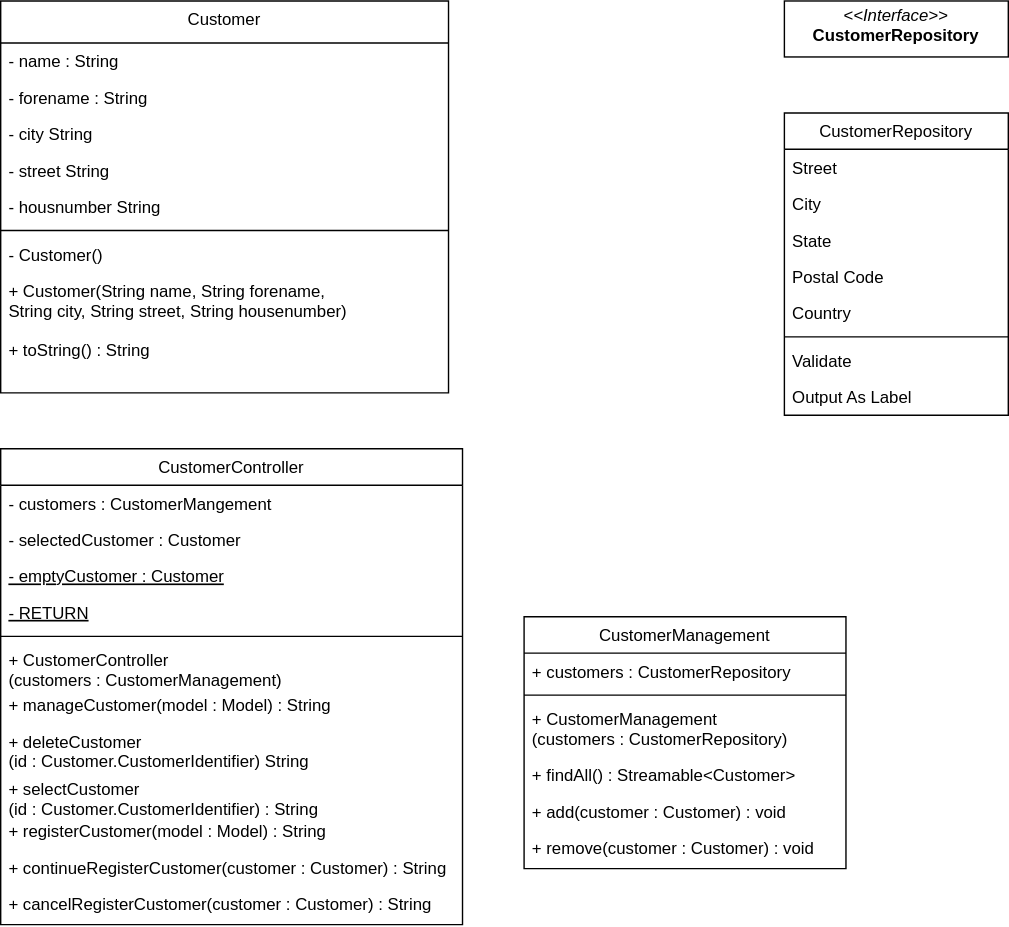
The draw.io diagram diagrams SWP/Klassendiagramm Customer.drawio.svg in StarSkiller/Diagrams, before a commit. Source tidied: cells renumbered, new cells last; positions are measured from the earlier drawing's top-left corner, leaving out a move shared by most shapes.
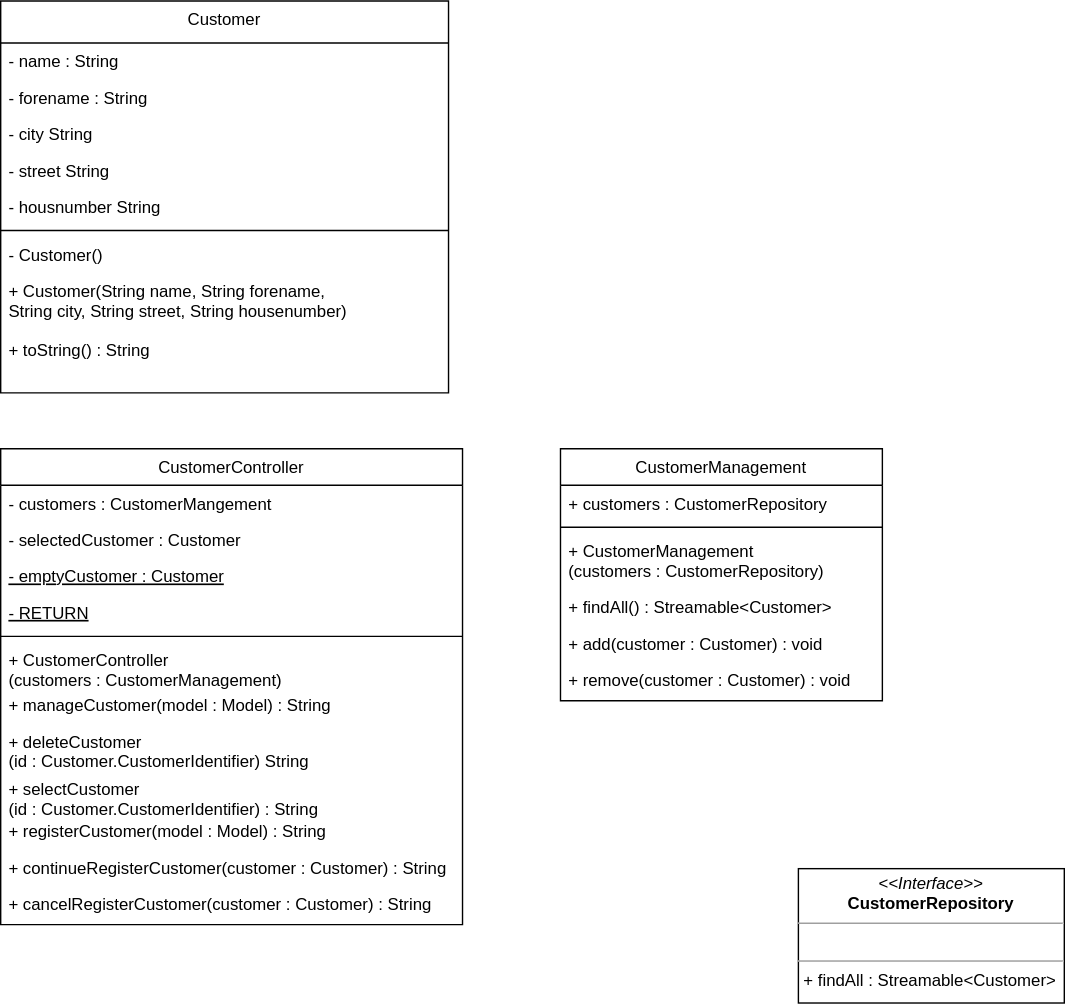
Later version of the same file.

The edit, as a diff of the source:
```diff
@@ -72,7 +72,7 @@
       <mxGeometry y="312" width="330" height="26" as="geometry" />
     </mxCell>
     <mxCell id="25" value="CustomerManagement" style="swimlane;fontStyle=0;align=center;verticalAlign=top;horizontal=1;startSize=26;rounded=0;shadow=0;strokeWidth=1;" parent="1" vertex="1">
-      <mxGeometry x="374" y="440" width="230" height="180" as="geometry" />
+      <mxGeometry x="400" y="320" width="230" height="180" as="geometry" />
     </mxCell>
     <mxCell id="26" value="+ customers : CustomerRepository" style="text;align=left;verticalAlign=top;spacingLeft=4;spacingRight=4;overflow=hidden;" parent="25" vertex="1">
       <mxGeometry y="26" width="230" height="26" as="geometry" />
@@ -92,35 +92,8 @@
     <mxCell id="31" value="+ remove(customer : Customer) : void" style="text;align=left;verticalAlign=top;spacingLeft=4;spacingRight=4;overflow=hidden;" parent="25" vertex="1">
       <mxGeometry y="152" width="230" height="26" as="geometry" />
     </mxCell>
-    <mxCell id="32" value="CustomerRepository" style="swimlane;fontStyle=0;align=center;verticalAlign=top;horizontal=1;startSize=26;rounded=0;shadow=0;strokeWidth=1;" parent="1" vertex="1">
-      <mxGeometry x="560" y="80" width="160" height="216" as="geometry" />
-    </mxCell>
-    <mxCell id="33" value="Street" style="text;align=left;verticalAlign=top;spacingLeft=4;spacingRight=4;overflow=hidden;" parent="32" vertex="1">
-      <mxGeometry y="26" width="160" height="26" as="geometry" />
-    </mxCell>
-    <mxCell id="34" value="City" style="text;align=left;verticalAlign=top;spacingLeft=4;spacingRight=4;overflow=hidden;rounded=0;shadow=0;html=0;" parent="32" vertex="1">
-      <mxGeometry y="52" width="160" height="26" as="geometry" />
-    </mxCell>
-    <mxCell id="35" value="State" style="text;align=left;verticalAlign=top;spacingLeft=4;spacingRight=4;overflow=hidden;rounded=0;shadow=0;html=0;" parent="32" vertex="1">
-      <mxGeometry y="78" width="160" height="26" as="geometry" />
-    </mxCell>
-    <mxCell id="36" value="Postal Code" style="text;align=left;verticalAlign=top;spacingLeft=4;spacingRight=4;overflow=hidden;rounded=0;shadow=0;html=0;" parent="32" vertex="1">
-      <mxGeometry y="104" width="160" height="26" as="geometry" />
-    </mxCell>
-    <mxCell id="37" value="Country" style="text;align=left;verticalAlign=top;spacingLeft=4;spacingRight=4;overflow=hidden;rounded=0;shadow=0;html=0;" parent="32" vertex="1">
-      <mxGeometry y="130" width="160" height="26" as="geometry" />
-    </mxCell>
-    <mxCell id="38" style="line;html=1;strokeWidth=1;align=left;verticalAlign=middle;spacingTop=-1;spacingLeft=3;spacingRight=3;labelPosition=right;" parent="32" vertex="1">
-      <mxGeometry y="156" width="160" height="8" as="geometry" />
-    </mxCell>
-    <mxCell id="39" value="Validate" style="text;align=left;verticalAlign=top;spacingLeft=4;spacingRight=4;overflow=hidden;" parent="32" vertex="1">
-      <mxGeometry y="164" width="160" height="26" as="geometry" />
-    </mxCell>
-    <mxCell id="40" value="Output As Label" style="text;align=left;verticalAlign=top;spacingLeft=4;spacingRight=4;overflow=hidden;" parent="32" vertex="1">
-      <mxGeometry y="190" width="160" height="26" as="geometry" />
-    </mxCell>
-    <mxCell id="41" value="&lt;p style=&quot;margin:0px;margin-top:4px;text-align:center;&quot;&gt;&lt;i&gt;&amp;lt;&amp;lt;Interface&amp;gt;&amp;gt;&lt;/i&gt;&lt;br&gt;&lt;b&gt;CustomerRepository&lt;/b&gt;&lt;/p&gt;" style="verticalAlign=top;align=left;overflow=fill;fontSize=12;fontFamily=Helvetica;html=1;" parent="1" vertex="1">
-      <mxGeometry x="560" width="160" height="40" as="geometry" />
-    </mxCell>
+    <mxCell id="42" value="&lt;p style=&quot;margin:0px;margin-top:4px;text-align:center;&quot;&gt;&lt;i&gt;&amp;lt;&amp;lt;Interface&amp;gt;&amp;gt;&lt;/i&gt;&lt;br&gt;&lt;b&gt;CustomerRepository&lt;/b&gt;&lt;/p&gt;&lt;hr size=&quot;1&quot;&gt;&lt;p style=&quot;margin:0px;margin-left:4px;&quot;&gt;&lt;br&gt;&lt;/p&gt;&lt;hr size=&quot;1&quot;&gt;&lt;p style=&quot;margin:0px;margin-left:4px;&quot;&gt;+ findAll : Streamable&amp;lt;Customer&amp;gt;&lt;br&gt;&lt;/p&gt;" style="verticalAlign=top;align=left;overflow=fill;fontSize=12;fontFamily=Helvetica;html=1;" parent="1" vertex="1">
+      <mxGeometry x="570" y="620" width="190" height="96" as="geometry" />
+    </mxCell>
   </root>
 </mxGraphModel>
```
